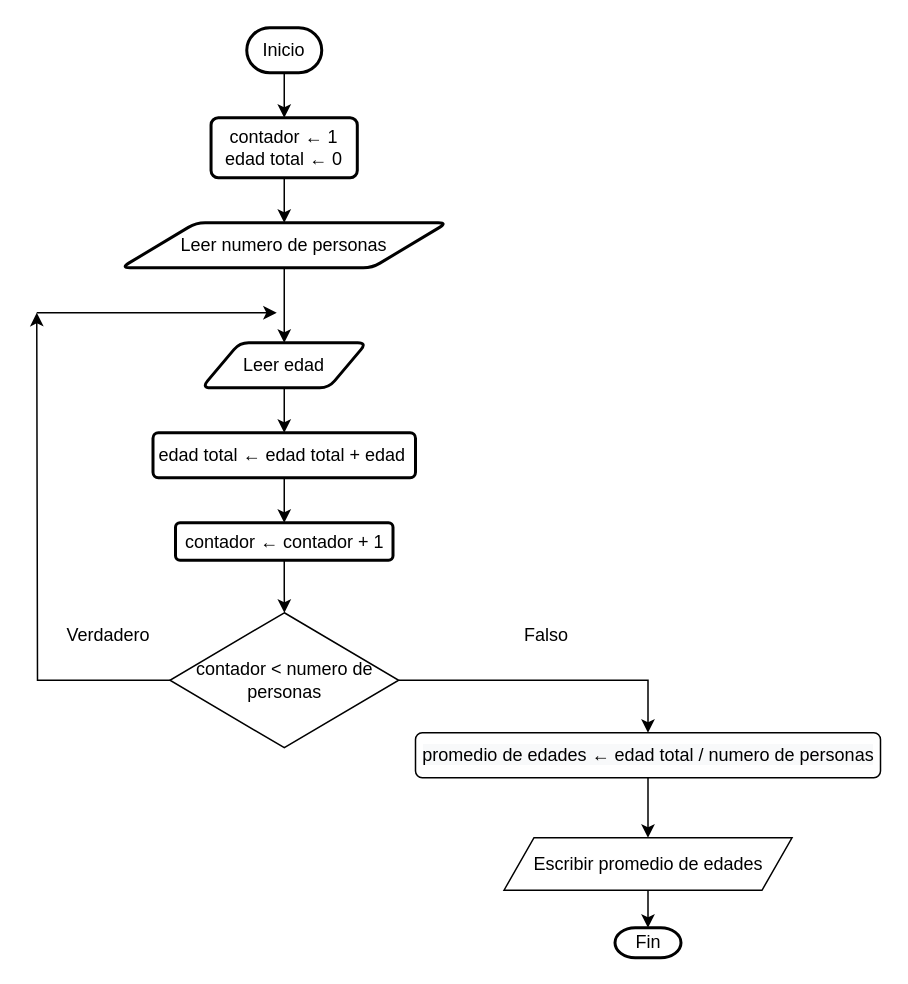
Earlier version of the draw.io diagram page "Page-2" (2 of 3) of Untitled Diagram.drawio (ShanderGonzalez/Diagrama-de-flujo). Source tidied: cells renumbered, new cells numbered last; positions are measured from the earlier drawing's top-left corner, leaving out a move shared by most shapes. Both pictures are drawn from the tidied source at 150%, with x=0, y=0 at pixel (36, 27).
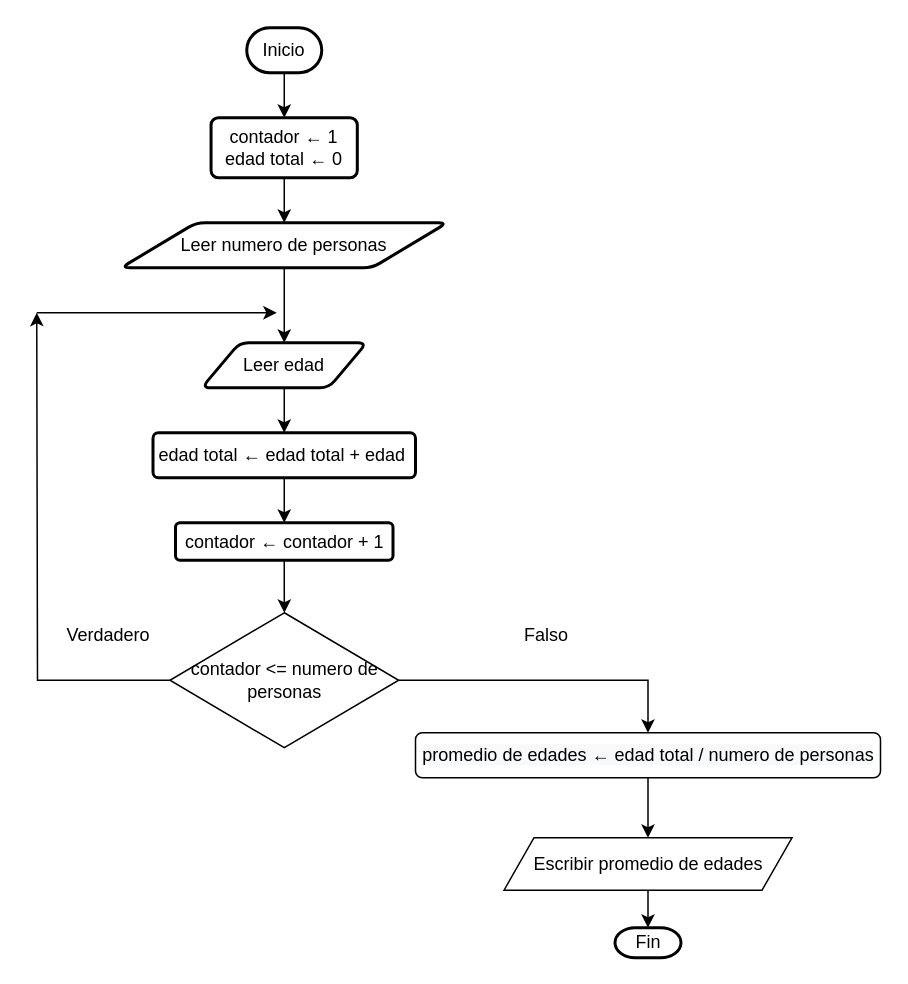
Above is the later version.

Commit message:
Bucle mientras

The edit, as a diff of the source:
```diff
@@
-    <mxCell id="14" value="contador &amp;lt; numero de personas" style="rhombus;whiteSpace=wrap;html=1;" parent="1" vertex="1">
+    <mxCell id="14" value="contador &amp;lt;= numero de personas" style="rhombus;whiteSpace=wrap;html=1;" parent="1" vertex="1">
       <mxGeometry x="88.8" y="390" width="152.5" height="90" as="geometry" />
     </mxCell>
```
